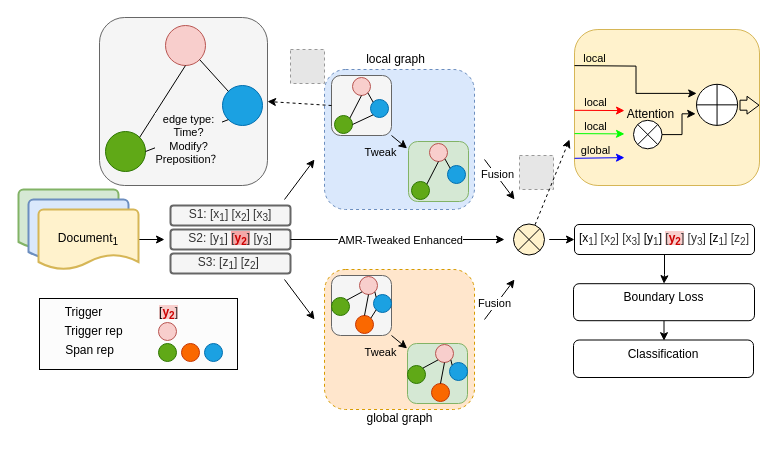
Earlier version of the draw.io diagram model.drawio (crawlerWPS/drawing). Source tidied: cells renumbered, new cells numbered last; positions are measured from the earlier drawing's top-left corner, leaving out a move shared by most shapes. Both pictures are drawn from the tidied source at 100%, with x=0, y=0 at pixel (18, 17). Pictures stored in the file or linked from it are replaced by grey dashed boxes.
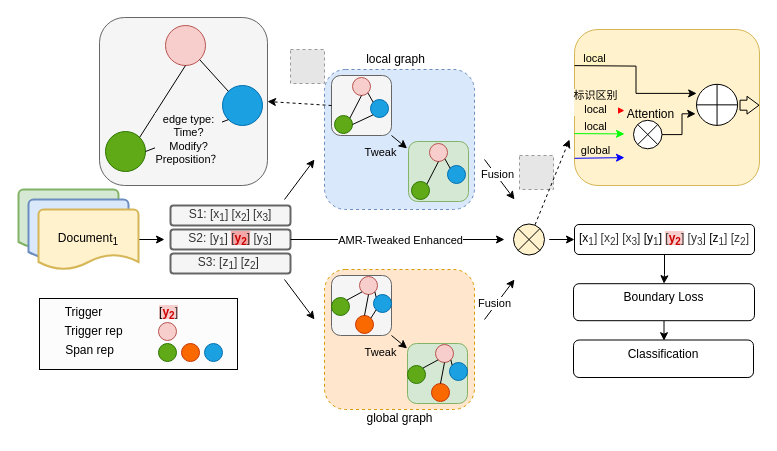
Above is the later version.

Unchanged cells that the change refers to:
```xml
<mxCell id="84" style="endArrow=classic;html=1;rounded=0;strokeColor=#ff0000;" parent="1" edge="1">
  <mxGeometry relative="1" as="geometry">
    <mxPoint x="556" y="92.8" as="sourcePoint" />
    <mxPoint x="606" y="93.1" as="targetPoint" />
  </mxGeometry>
</mxCell>
```

Diff of the diagram source:
```diff
@@
-    <mxCell id="85" value="local" style="edgeLabel;html=1;align=center;verticalAlign=middle;labelBackgroundColor=#fff2cc;" parent="84" vertex="1">
+    <mxCell id="85" value="标识区别&lt;br&gt;local" style="edgeLabel;html=1;align=center;verticalAlign=middle;labelBackgroundColor=#fff2cc;" parent="84" vertex="1">
       <mxGeometry x="-0.38" y="1" relative="1" as="geometry">
         <mxPoint x="4" y="-7" as="offset" />
       </mxGeometry>
     </mxCell>
```
